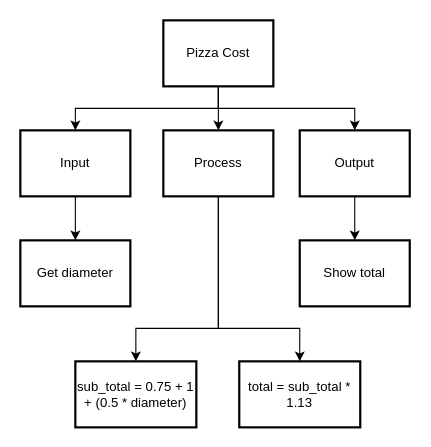
Before: drawio/topDownDesign/topDownDesign.drawio in Aidan-Lalonde-Novales/ICS3U-Unit3-02-Python, a draw.io diagram. Source tidied: cells renumbered, new cells numbered last; positions are measured from the earlier drawing's top-left corner, leaving out a move shared by most shapes. Both pictures are drawn from the tidied source at 110%, with x=0, y=0 at pixel (20, 20).
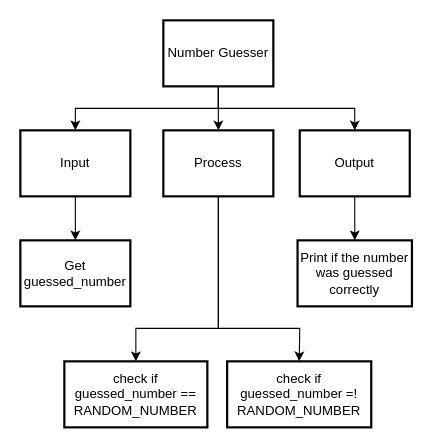
After the change.

Diff of the diagram source:
```diff
@@
-    <mxCell id="8" value="Pizza Cost" style="rounded=0;whiteSpace=wrap;html=1;absoluteArcSize=1;arcSize=14;strokeWidth=2;" parent="1" vertex="1">
+    <mxCell id="8" value="Number Guesser" style="rounded=0;whiteSpace=wrap;html=1;absoluteArcSize=1;arcSize=14;strokeWidth=2;" parent="1" vertex="1">
       <mxGeometry x="130" width="100" height="60" as="geometry" />
     </mxCell>
@@
-    <mxCell id="13" value="Get diameter" style="rounded=0;whiteSpace=wrap;html=1;absoluteArcSize=1;arcSize=14;strokeWidth=2;" parent="1" vertex="1">
+    <mxCell id="13" value="Get guessed_number" style="rounded=0;whiteSpace=wrap;html=1;absoluteArcSize=1;arcSize=14;strokeWidth=2;" parent="1" vertex="1">
       <mxGeometry y="200" width="100" height="60" as="geometry" />
     </mxCell>
-    <mxCell id="14" value="Show total" style="rounded=0;whiteSpace=wrap;html=1;absoluteArcSize=1;arcSize=14;strokeWidth=2;" parent="1" vertex="1">
-      <mxGeometry x="254" y="200" width="100" height="60" as="geometry" />
+    <mxCell id="14" value="Print if the number was guessed correctly" style="rounded=0;whiteSpace=wrap;html=1;absoluteArcSize=1;arcSize=14;strokeWidth=2;" parent="1" vertex="1">
+      <mxGeometry x="252" y="200" width="104" height="60" as="geometry" />
     </mxCell>
-    <mxCell id="15" value="sub_total = 0.75 + 1 + (0.5 * diameter)" style="rounded=0;whiteSpace=wrap;html=1;absoluteArcSize=1;arcSize=14;strokeWidth=2;" parent="1" vertex="1">
-      <mxGeometry x="50" y="310" width="110" height="60" as="geometry" />
+    <mxCell id="15" value="check if guessed_number == RANDOM_NUMBER" style="rounded=0;whiteSpace=wrap;html=1;absoluteArcSize=1;arcSize=14;strokeWidth=2;" parent="1" vertex="1">
+      <mxGeometry x="40" y="310" width="130" height="60" as="geometry" />
     </mxCell>
-    <mxCell id="16" value="total = sub_total * 1.13" style="rounded=0;whiteSpace=wrap;html=1;absoluteArcSize=1;arcSize=14;strokeWidth=2;" parent="1" vertex="1">
-      <mxGeometry x="199" y="310" width="110" height="60" as="geometry" />
+    <mxCell id="16" value="check if guessed_number =! RANDOM_NUMBER" style="rounded=0;whiteSpace=wrap;html=1;absoluteArcSize=1;arcSize=14;strokeWidth=2;" parent="1" vertex="1">
+      <mxGeometry x="188" y="310" width="131" height="60" as="geometry" />
     </mxCell>
```
